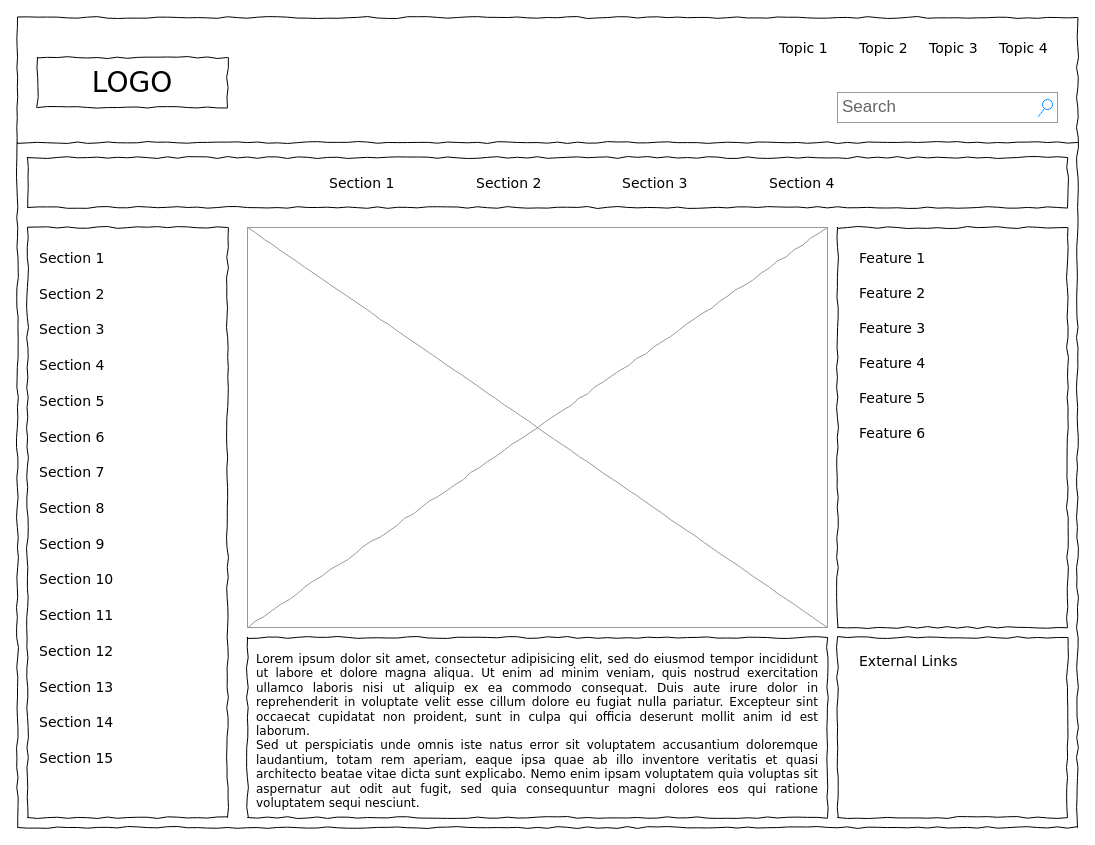
Above: page "Describe" (1 of 3) of draw.io/Untitled Diagram.drawio in stelianrusu/PricingEngine (draw.io), before the change. Source tidied: cells renumbered, new cells numbered last; positions are measured from the earlier drawing's top-left corner, leaving out a move shared by most shapes. Both pictures are drawn from the tidied source at 100%, with x=0, y=0 at pixel (17, 17).
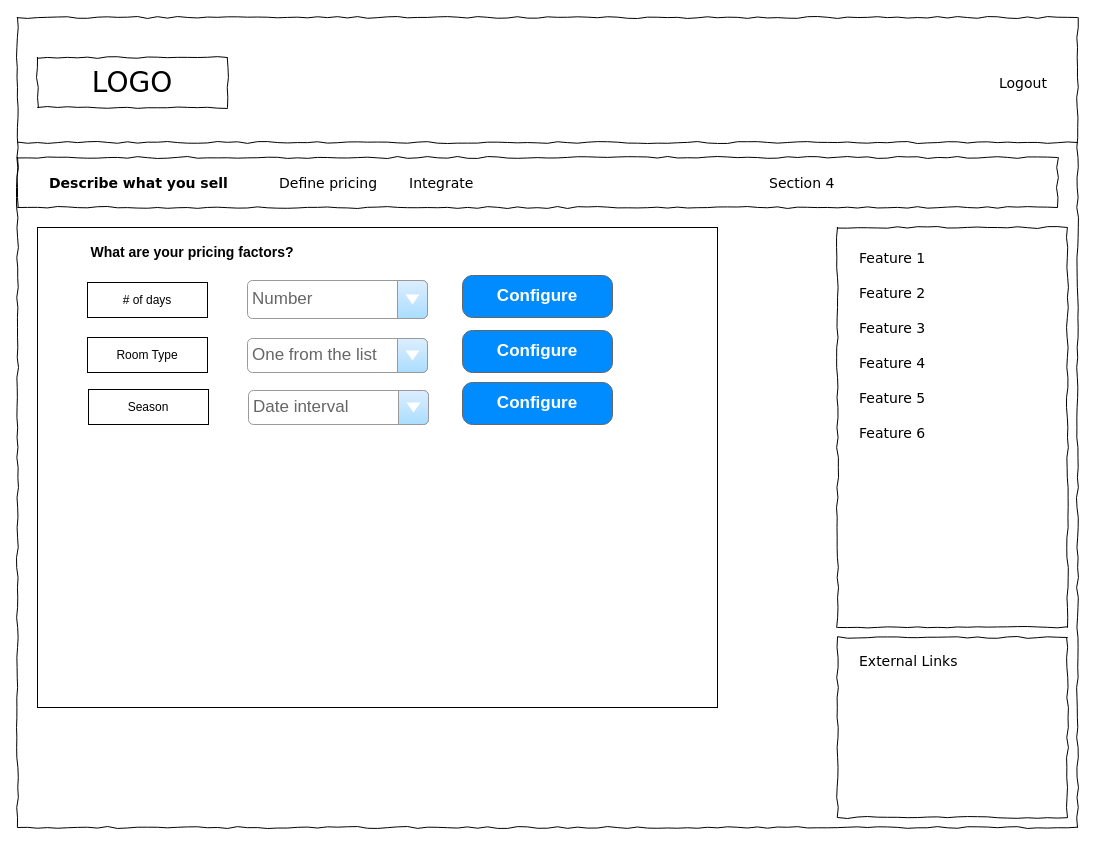
The same page after the edit.

Diff of the diagram source:
```diff
@@
-    <mxCell id="4" value="Search" style="strokeWidth=1;shadow=0;dashed=0;align=center;html=1;shape=mxgraph.mockup.forms.searchBox;strokeColor=#999999;mainText=;strokeColor2=#008cff;fontColor=#666666;fontSize=17;align=left;spacingLeft=3;rounded=0;labelBackgroundColor=none;comic=1;" parent="1" vertex="1">
-      <mxGeometry x="820" y="75" width="220" height="30" as="geometry" />
-    </mxCell>
-    <mxCell id="5" value="Topic 1" style="text;html=1;align=left;verticalAlign=top;spacingTop=-4;fontSize=14;fontFamily=Verdana;" parent="1" vertex="1">
-      <mxGeometry x="760" y="20" width="60" height="20" as="geometry" />
+    <mxCell id="5" value="Logout" style="text;html=1;align=left;verticalAlign=top;spacingTop=-4;fontSize=14;fontFamily=Verdana;" parent="1" vertex="1">
+      <mxGeometry x="980" y="55" width="60" height="20" as="geometry" />
     </mxCell>
-    <mxCell id="6" value="Topic 2" style="text;html=1;align=left;verticalAlign=top;spacingTop=-4;fontSize=14;fontFamily=Verdana;" parent="1" vertex="1">
-      <mxGeometry x="840" y="20" width="60" height="20" as="geometry" />
-    </mxCell>
-    <mxCell id="7" value="Topic 3" style="text;html=1;align=left;verticalAlign=top;spacingTop=-4;fontSize=14;fontFamily=Verdana;" parent="1" vertex="1">
-      <mxGeometry x="910" y="20" width="60" height="20" as="geometry" />
-    </mxCell>
-    <mxCell id="8" value="Topic 4" style="text;html=1;align=left;verticalAlign=top;spacingTop=-4;fontSize=14;fontFamily=Verdana;" parent="1" vertex="1">
-      <mxGeometry x="980" y="20" width="60" height="20" as="geometry" />
-    </mxCell>
-    <mxCell id="9" style="whiteSpace=wrap;html=1;rounded=0;shadow=0;labelBackgroundColor=none;strokeWidth=1;fillColor=none;fontFamily=Verdana;fontSize=12;align=center;comic=1;" parent="1" vertex="1">
-      <mxGeometry x="10" y="210" width="200" height="590" as="geometry" />
-    </mxCell>
@@
     <mxCell id="11" style="whiteSpace=wrap;html=1;rounded=0;shadow=0;labelBackgroundColor=none;strokeWidth=1;fillColor=none;fontFamily=Verdana;fontSize=12;align=center;comic=1;" parent="1" vertex="1">
-      <mxGeometry x="10" y="140" width="1040" height="50" as="geometry" />
+      <mxGeometry y="140" width="1040" height="50" as="geometry" />
     </mxCell>
-    <mxCell id="12" value="Section 1" style="text;html=1;align=left;verticalAlign=top;spacingTop=-4;fontSize=14;fontFamily=Verdana;" parent="1" vertex="1">
-      <mxGeometry x="310" y="155" width="60" height="20" as="geometry" />
+    <mxCell id="12" value="Describe what you sell" style="text;html=1;align=left;verticalAlign=top;spacingTop=-4;fontSize=14;fontFamily=Verdana;fontStyle=1;" parent="1" vertex="1">
+      <mxGeometry x="30" y="155" width="60" height="20" as="geometry" />
     </mxCell>
-    <mxCell id="13" value="Section 2" style="text;html=1;align=left;verticalAlign=top;spacingTop=-4;fontSize=14;fontFamily=Verdana;" parent="1" vertex="1">
-      <mxGeometry x="457" y="155" width="60" height="20" as="geometry" />
+    <mxCell id="13" value="Define pricing" style="text;html=1;align=left;verticalAlign=top;spacingTop=-4;fontSize=14;fontFamily=Verdana;" parent="1" vertex="1">
+      <mxGeometry x="260" y="155" width="60" height="20" as="geometry" />
     </mxCell>
-    <mxCell id="14" value="Section 3" style="text;html=1;align=left;verticalAlign=top;spacingTop=-4;fontSize=14;fontFamily=Verdana;" parent="1" vertex="1">
-      <mxGeometry x="603" y="155" width="60" height="20" as="geometry" />
+    <mxCell id="14" value="Integrate" style="text;html=1;align=left;verticalAlign=top;spacingTop=-4;fontSize=14;fontFamily=Verdana;" parent="1" vertex="1">
+      <mxGeometry x="390" y="155" width="60" height="20" as="geometry" />
     </mxCell>
@@
-    <mxCell id="16" value="&lt;div style=&quot;text-align: justify&quot;&gt;&lt;span&gt;Lorem ipsum dolor sit amet, consectetur adipisicing elit, sed do eiusmod tempor incididunt ut labore et dolore magna aliqua. Ut enim ad minim veniam, quis nostrud exercitation ullamco laboris nisi ut aliquip ex ea commodo consequat. Duis aute irure dolor in reprehenderit in voluptate velit esse cillum dolore eu fugiat nulla pariatur. Excepteur sint occaecat cupidatat non proident, sunt in culpa qui officia deserunt mollit anim id est laborum.&lt;/span&gt;&lt;/div&gt;&lt;div style=&quot;text-align: justify&quot;&gt;&lt;span&gt;Sed ut perspiciatis unde omnis iste natus error sit voluptatem accusantium doloremque laudantium, totam rem aperiam, eaque ipsa quae ab illo inventore veritatis et quasi architecto beatae vitae dicta sunt explicabo. Nemo enim ipsam voluptatem quia voluptas sit aspernatur aut odit aut fugit, sed quia consequuntur magni dolores eos qui ratione voluptatem sequi nesciunt.&amp;nbsp;&lt;/span&gt;&lt;/div&gt;" style="whiteSpace=wrap;html=1;rounded=0;shadow=0;labelBackgroundColor=none;strokeWidth=1;fillColor=none;fontFamily=Verdana;fontSize=12;align=center;verticalAlign=top;spacing=10;comic=1;" parent="1" vertex="1">
-      <mxGeometry x="230" y="620" width="580" height="180" as="geometry" />
-    </mxCell>
-    <mxCell id="17" style="verticalLabelPosition=bottom;shadow=0;dashed=0;align=center;html=1;verticalAlign=top;strokeWidth=1;shape=mxgraph.mockup.graphics.simpleIcon;strokeColor=#999999;rounded=0;labelBackgroundColor=none;fontFamily=Verdana;fontSize=14;fontColor=#000000;comic=1;" parent="1" vertex="1">
-      <mxGeometry x="230" y="210" width="580" height="400" as="geometry" />
-    </mxCell>
@@
-    <mxCell id="20" value="Section 1" style="text;html=1;align=left;verticalAlign=top;spacingTop=-4;fontSize=14;fontFamily=Verdana;" parent="1" vertex="1">
-      <mxGeometry x="20" y="230" width="170" height="20" as="geometry" />
-    </mxCell>
-    <mxCell id="21" value="Section 2" style="text;html=1;align=left;verticalAlign=top;spacingTop=-4;fontSize=14;fontFamily=Verdana;" parent="1" vertex="1">
-      <mxGeometry x="20" y="266" width="170" height="20" as="geometry" />
-    </mxCell>
-    <mxCell id="22" value="Section 3" style="text;html=1;align=left;verticalAlign=top;spacingTop=-4;fontSize=14;fontFamily=Verdana;" parent="1" vertex="1">
-      <mxGeometry x="20" y="301" width="170" height="20" as="geometry" />
-    </mxCell>
-    <mxCell id="23" value="Section 4" style="text;html=1;align=left;verticalAlign=top;spacingTop=-4;fontSize=14;fontFamily=Verdana;" parent="1" vertex="1">
-      <mxGeometry x="20" y="337" width="170" height="20" as="geometry" />
-    </mxCell>
-    <mxCell id="24" value="Section 7" style="text;html=1;align=left;verticalAlign=top;spacingTop=-4;fontSize=14;fontFamily=Verdana;" parent="1" vertex="1">
-      <mxGeometry x="20" y="444" width="170" height="20" as="geometry" />
-    </mxCell>
-    <mxCell id="25" value="Section 8" style="text;html=1;align=left;verticalAlign=top;spacingTop=-4;fontSize=14;fontFamily=Verdana;" parent="1" vertex="1">
-      <mxGeometry x="20" y="480" width="170" height="20" as="geometry" />
-    </mxCell>
-    <mxCell id="26" value="Section 9" style="text;html=1;align=left;verticalAlign=top;spacingTop=-4;fontSize=14;fontFamily=Verdana;" parent="1" vertex="1">
-      <mxGeometry x="20" y="516" width="170" height="20" as="geometry" />
-    </mxCell>
-    <mxCell id="27" value="Section 10" style="text;html=1;align=left;verticalAlign=top;spacingTop=-4;fontSize=14;fontFamily=Verdana;" parent="1" vertex="1">
-      <mxGeometry x="20" y="551" width="170" height="20" as="geometry" />
-    </mxCell>
-    <mxCell id="28" value="Section 11" style="text;html=1;align=left;verticalAlign=top;spacingTop=-4;fontSize=14;fontFamily=Verdana;" parent="1" vertex="1">
-      <mxGeometry x="20" y="587" width="170" height="20" as="geometry" />
-    </mxCell>
-    <mxCell id="29" value="Section 12" style="text;html=1;align=left;verticalAlign=top;spacingTop=-4;fontSize=14;fontFamily=Verdana;" parent="1" vertex="1">
-      <mxGeometry x="20" y="623" width="170" height="20" as="geometry" />
-    </mxCell>
-    <mxCell id="30" value="Section 13" style="text;html=1;align=left;verticalAlign=top;spacingTop=-4;fontSize=14;fontFamily=Verdana;" parent="1" vertex="1">
-      <mxGeometry x="20" y="659" width="170" height="20" as="geometry" />
-    </mxCell>
-    <mxCell id="31" value="Section 14" style="text;html=1;align=left;verticalAlign=top;spacingTop=-4;fontSize=14;fontFamily=Verdana;" parent="1" vertex="1">
-      <mxGeometry x="20" y="694" width="170" height="20" as="geometry" />
-    </mxCell>
-    <mxCell id="32" value="Section 5" style="text;html=1;align=left;verticalAlign=top;spacingTop=-4;fontSize=14;fontFamily=Verdana;" parent="1" vertex="1">
-      <mxGeometry x="20" y="373" width="170" height="20" as="geometry" />
-    </mxCell>
-    <mxCell id="33" value="Section 6" style="text;html=1;align=left;verticalAlign=top;spacingTop=-4;fontSize=14;fontFamily=Verdana;" parent="1" vertex="1">
-      <mxGeometry x="20" y="409" width="170" height="20" as="geometry" />
-    </mxCell>
-    <mxCell id="34" value="Section 15" style="text;html=1;align=left;verticalAlign=top;spacingTop=-4;fontSize=14;fontFamily=Verdana;" parent="1" vertex="1">
-      <mxGeometry x="20" y="730" width="170" height="20" as="geometry" />
-    </mxCell>
@@
+    <mxCell id="42" style="rounded=0;whiteSpace=wrap;html=1;" parent="1" vertex="1">
+      <mxGeometry x="20" y="210" width="680" height="480" as="geometry" />
+    </mxCell>
+    <mxCell id="43" value="What are your pricing factors?" style="text;html=1;strokeColor=none;fillColor=none;align=center;verticalAlign=middle;whiteSpace=wrap;rounded=0;fontStyle=1;fontSize=14;" parent="1" vertex="1">
+      <mxGeometry x="70" y="220" width="210" height="30" as="geometry" />
+    </mxCell>
+    <mxCell id="44" value="# of days" style="rounded=0;whiteSpace=wrap;html=1;" parent="1" vertex="1">
+      <mxGeometry x="70" y="265" width="120" height="35" as="geometry" />
+    </mxCell>
+    <mxCell id="45" value="Number" style="strokeWidth=1;shadow=0;dashed=0;align=center;html=1;shape=mxgraph.mockup.forms.comboBox;strokeColor=#999999;fillColor=#ddeeff;align=left;fillColor2=#aaddff;mainText=;fontColor=#666666;fontSize=17;spacingLeft=3;" parent="1" vertex="1">
+      <mxGeometry x="230" y="263" width="180" height="38" as="geometry" />
+    </mxCell>
+    <mxCell id="46" value="Room Type" style="rounded=0;whiteSpace=wrap;html=1;" parent="1" vertex="1">
+      <mxGeometry x="70" y="320" width="120" height="35" as="geometry" />
+    </mxCell>
+    <mxCell id="47" value="One from the list" style="strokeWidth=1;shadow=0;dashed=0;align=center;html=1;shape=mxgraph.mockup.forms.comboBox;strokeColor=#999999;fillColor=#ddeeff;align=left;fillColor2=#aaddff;mainText=;fontColor=#666666;fontSize=17;spacingLeft=3;" parent="1" vertex="1">
+      <mxGeometry x="230" y="321" width="180" height="34" as="geometry" />
+    </mxCell>
+    <mxCell id="48" value="Season" style="rounded=0;whiteSpace=wrap;html=1;" parent="1" vertex="1">
+      <mxGeometry x="71" y="372" width="120" height="35" as="geometry" />
+    </mxCell>
+    <mxCell id="49" value="Date interval" style="strokeWidth=1;shadow=0;dashed=0;align=center;html=1;shape=mxgraph.mockup.forms.comboBox;strokeColor=#999999;fillColor=#ddeeff;align=left;fillColor2=#aaddff;mainText=;fontColor=#666666;fontSize=17;spacingLeft=3;" parent="1" vertex="1">
+      <mxGeometry x="231" y="373" width="180" height="34" as="geometry" />
+    </mxCell>
+    <mxCell id="50" value="Configure" style="strokeWidth=1;shadow=0;dashed=0;align=center;html=1;shape=mxgraph.mockup.buttons.button;strokeColor=#666666;fontColor=#ffffff;mainText=;buttonStyle=round;fontSize=17;fontStyle=1;fillColor=#008cff;whiteSpace=wrap;" parent="1" vertex="1">
+      <mxGeometry x="445" y="258" width="150" height="42" as="geometry" />
+    </mxCell>
+    <mxCell id="51" value="Configure" style="strokeWidth=1;shadow=0;dashed=0;align=center;html=1;shape=mxgraph.mockup.buttons.button;strokeColor=#666666;fontColor=#ffffff;mainText=;buttonStyle=round;fontSize=17;fontStyle=1;fillColor=#008cff;whiteSpace=wrap;" parent="1" vertex="1">
+      <mxGeometry x="445" y="313" width="150" height="42" as="geometry" />
+    </mxCell>
+    <mxCell id="52" value="Configure" style="strokeWidth=1;shadow=0;dashed=0;align=center;html=1;shape=mxgraph.mockup.buttons.button;strokeColor=#666666;fontColor=#ffffff;mainText=;buttonStyle=round;fontSize=17;fontStyle=1;fillColor=#008cff;whiteSpace=wrap;" parent="1" vertex="1">
+      <mxGeometry x="445" y="365" width="150" height="42" as="geometry" />
+    </mxCell>
```
